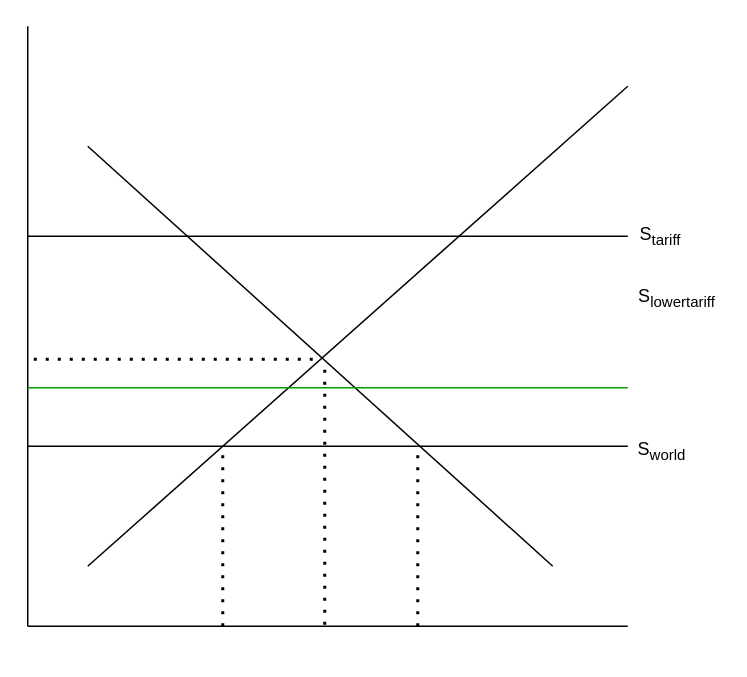
Earlier version of the draw.io diagram Diagramma bez nosaukuma.drawio (MareksNo/Chat-Application). Source tidied: cells renumbered, new cells numbered last; positions are measured from the earlier drawing's top-left corner, leaving out a move shared by most shapes. Both pictures are drawn from the tidied source at 150%, with x=0, y=0 at pixel (27, 26).
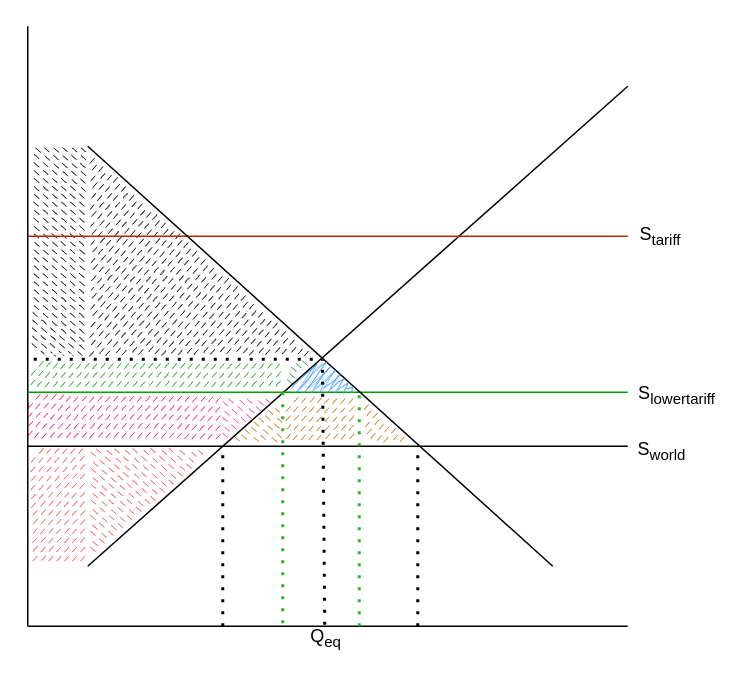
After the change.

Change to the diagram source:
```diff
@@
+    <mxCell id="16" style="verticalLabelPosition=bottom;verticalAlign=top;html=1;shape=mxgraph.basic.rect;fillColor2=none;strokeWidth=1;size=20;indent=5;rotation=-90;fillStyle=dashed;fillColor=#1A1A1A;strokeColor=#ffffff;fontColor=#ffffff;sketch=1;curveFitting=1;jiggle=2;" parent="1" vertex="1">
+      <mxGeometry x="-49.8" y="131.2" width="141" height="38.5" as="geometry" />
+    </mxCell>
+    <mxCell id="17" style="verticalLabelPosition=bottom;verticalAlign=top;html=1;shape=mxgraph.basic.orthogonal_triangle;fillStyle=dashed;fillColor=#1A1A1A;strokeColor=#ffffff;fontColor=#ffffff;sketch=1;curveFitting=1;jiggle=2;" parent="1" vertex="1">
+      <mxGeometry x="40" y="81" width="155" height="140" as="geometry" />
+    </mxCell>
     <mxCell id="2" style="endArrow=none;html=1;rounded=0;endFill=0;" parent="1" edge="1">
       <mxGeometry relative="1" as="geometry">
-        <mxPoint y="400" as="sourcePoint" />
+        <mxPoint y="255" as="sourcePoint" />
         <mxPoint as="targetPoint" />
       </mxGeometry>
     </mxCell>
@@
-    <mxCell id="5" style="endArrow=none;html=1;rounded=0;" parent="1" edge="1">
-      <mxGeometry relative="1" as="geometry">
-        <mxPoint x="40" y="80" as="sourcePoint" />
-        <mxPoint x="350" y="360" as="targetPoint" />
-      </mxGeometry>
-    </mxCell>
     <mxCell id="6" style="endArrow=none;html=1;rounded=0;strokeColor=#009E00;" parent="1" edge="1">
       <mxGeometry relative="1" as="geometry">
-        <mxPoint y="241" as="sourcePoint" />
-        <mxPoint x="400" y="241" as="targetPoint" />
+        <mxPoint y="244" as="sourcePoint" />
+        <mxPoint x="400" y="244" as="targetPoint" />
       </mxGeometry>
     </mxCell>
-    <mxCell id="7" style="endArrow=none;html=1;rounded=0;" parent="1" edge="1">
+    <mxCell id="7" style="endArrow=none;html=1;rounded=0;fillColor=#f8cecc;strokeColor=#B82500;" parent="1" edge="1">
       <mxGeometry relative="1" as="geometry">
         <mxPoint y="140" as="sourcePoint" />
         <mxPoint x="400" y="140" as="targetPoint" />
       </mxGeometry>
     </mxCell>
     <mxCell id="8" value="S&lt;sub&gt;lowertariff&lt;/sub&gt;" style="text;html=1;strokeColor=none;fillColor=none;align=center;verticalAlign=middle;whiteSpace=wrap;rounded=0;" parent="1" vertex="1">
-      <mxGeometry x="403" y="166" width="60" height="30" as="geometry" />
+      <mxGeometry x="403" y="231" width="60" height="30" as="geometry" />
     </mxCell>
@@
-    <mxCell id="10" style="endArrow=none;dashed=1;html=1;dashPattern=1 3;strokeWidth=2;rounded=0;" parent="1" edge="1">
-      <mxGeometry relative="1" as="geometry">
-        <mxPoint x="198" y="399" as="sourcePoint" />
-        <mxPoint x="198" y="229" as="targetPoint" />
-      </mxGeometry>
-    </mxCell>
@@
+    <mxCell id="18" style="endArrow=none;dashed=1;html=1;dashPattern=1 3;strokeWidth=2;rounded=0;strokeColor=#2bb32b;" parent="1" edge="1">
+      <mxGeometry relative="1" as="geometry">
+        <mxPoint x="170" y="398" as="sourcePoint" />
+        <mxPoint x="170" y="240" as="targetPoint" />
+      </mxGeometry>
+    </mxCell>
+    <mxCell id="19" style="endArrow=none;dashed=1;html=1;dashPattern=1 3;strokeWidth=2;rounded=0;strokeColor=#2bb32b;" parent="1" edge="1">
+      <mxGeometry relative="1" as="geometry">
+        <mxPoint x="221" y="400" as="sourcePoint" />
+        <mxPoint x="221" y="240" as="targetPoint" />
+      </mxGeometry>
+    </mxCell>
+    <mxCell id="20" style="shape=manualInput;whiteSpace=wrap;html=1;size=0;fillColor=#009E00;fillStyle=dashed;strokeWidth=1;opacity=80;sketch=1;curveFitting=1;jiggle=2;strokeColor=none;" parent="1" vertex="1">
+      <mxGeometry x="1" y="222" width="170" height="21" as="geometry" />
+    </mxCell>
+    <mxCell id="5" style="endArrow=none;html=1;rounded=0;" parent="1" edge="1">
+      <mxGeometry relative="1" as="geometry">
+        <mxPoint x="40" y="80" as="sourcePoint" />
+        <mxPoint x="350" y="360" as="targetPoint" />
+      </mxGeometry>
+    </mxCell>
+    <mxCell id="21" style="verticalLabelPosition=bottom;verticalAlign=top;html=1;shape=mxgraph.basic.orthogonal_triangle;opacity=80;sketch=1;curveFitting=1;jiggle=2;fillStyle=dashed;fillColor=#219621;dashed=1;dashPattern=8 8;strokeColor=none;rotation=90;" parent="1" vertex="1">
+      <mxGeometry x="172" y="223" width="23" height="20" as="geometry" />
+    </mxCell>
+    <mxCell id="22" style="verticalLabelPosition=bottom;verticalAlign=top;html=1;shape=mxgraph.basic.acute_triangle;dx=0.52;fillColor=#3399FF;fillStyle=zigzag;opacity=80;sketch=1;curveFitting=1;jiggle=2;gradientColor=none;strokeColor=none;" parent="1" vertex="1">
+      <mxGeometry x="172" y="222" width="47" height="21" as="geometry" />
+    </mxCell>
+    <mxCell id="23" style="shape=manualInput;whiteSpace=wrap;html=1;size=0;fillColor=#FF0080;fillStyle=dashed;strokeWidth=1;opacity=80;sketch=1;curveFitting=1;jiggle=2;strokeColor=none;" parent="1" vertex="1">
+      <mxGeometry x="-1" y="244" width="131" height="33" as="geometry" />
+    </mxCell>
+    <mxCell id="24" style="verticalLabelPosition=bottom;verticalAlign=top;html=1;shape=mxgraph.basic.orthogonal_triangle;opacity=80;sketch=1;curveFitting=1;jiggle=2;fillStyle=dashed;fillColor=#FF3399;dashed=1;dashPattern=8 8;strokeColor=none;rotation=90;" parent="1" vertex="1">
+      <mxGeometry x="135.8" y="240.2" width="32.5" height="45" as="geometry" />
+    </mxCell>
+    <mxCell id="25" style="verticalLabelPosition=bottom;verticalAlign=top;html=1;shape=mxgraph.basic.rect;fillColor2=none;strokeWidth=1;size=20;indent=5;strokeColor=none;fillColor=#CC6600;fillStyle=dashed;opacity=80;sketch=1;curveFitting=1;jiggle=2;" parent="1" vertex="1">
+      <mxGeometry x="171" y="246" width="49" height="32" as="geometry" />
+    </mxCell>
+    <mxCell id="26" style="verticalLabelPosition=bottom;verticalAlign=top;html=1;shape=mxgraph.basic.orthogonal_triangle;opacity=80;sketch=1;curveFitting=1;jiggle=2;fillStyle=dashed;fillColor=#CC6600;dashed=1;dashPattern=8 8;strokeColor=none;rotation=-90;" parent="1" vertex="1">
+      <mxGeometry x="132" y="240.2" width="32.5" height="45" as="geometry" />
+    </mxCell>
+    <mxCell id="27" style="verticalLabelPosition=bottom;verticalAlign=top;html=1;shape=mxgraph.basic.orthogonal_triangle;strokeColor=none;sketch=1;curveFitting=1;jiggle=2;fillStyle=dashed;fillColor=#CC6600;opacity=80;" parent="1" vertex="1">
+      <mxGeometry x="223" y="245" width="38" height="34" as="geometry" />
+    </mxCell>
+    <mxCell id="28" style="endArrow=none;html=1;rounded=0;endFill=0;" parent="1" edge="1">
+      <mxGeometry relative="1" as="geometry">
+        <mxPoint y="400" as="sourcePoint" />
+        <mxPoint y="325" as="targetPoint" />
+      </mxGeometry>
+    </mxCell>
+    <mxCell id="29" style="verticalLabelPosition=bottom;verticalAlign=top;html=1;shape=mxgraph.basic.orthogonal_triangle;direction=south;strokeColor=none;opacity=80;sketch=1;curveFitting=1;jiggle=2;fillStyle=dashed;fillColor=#f54747;" parent="1" vertex="1">
+      <mxGeometry x="40" y="280" width="89" height="79" as="geometry" />
+    </mxCell>
+    <mxCell id="30" style="endArrow=none;html=1;rounded=0;endFill=0;" parent="1" edge="1">
+      <mxGeometry relative="1" as="geometry">
+        <mxPoint y="326" as="sourcePoint" />
+        <mxPoint y="251" as="targetPoint" />
+      </mxGeometry>
+    </mxCell>
+    <mxCell id="31" style="verticalLabelPosition=bottom;verticalAlign=top;html=1;shape=mxgraph.basic.rect;fillColor2=none;strokeWidth=1;size=20;indent=5;strokeColor=none;opacity=80;sketch=1;curveFitting=1;jiggle=2;fillStyle=dashed;fillColor=#f54747;" parent="1" vertex="1">
+      <mxGeometry x="1" y="280" width="39" height="79" as="geometry" />
+    </mxCell>
+    <mxCell id="32" style="endArrow=none;dashed=1;html=1;dashPattern=1 3;strokeWidth=2;rounded=0;entryX=0;entryY=0;entryDx=24.439999999999998;entryDy=0;entryPerimeter=0;" parent="1" edge="1" target="22">
+      <mxGeometry relative="1" as="geometry">
+        <mxPoint x="198" y="399" as="sourcePoint" />
+      </mxGeometry>
+    </mxCell>
+    <mxCell id="33" value="&lt;font style=&quot;font-size: 12px;&quot;&gt;Q&lt;sub&gt;eq&lt;/sub&gt;&lt;/font&gt;" style="text;html=1;strokeColor=none;fillColor=none;align=center;verticalAlign=middle;whiteSpace=wrap;rounded=0;" parent="1" vertex="1">
+      <mxGeometry x="186" y="401" width="26" height="13" as="geometry" />
+    </mxCell>
```
